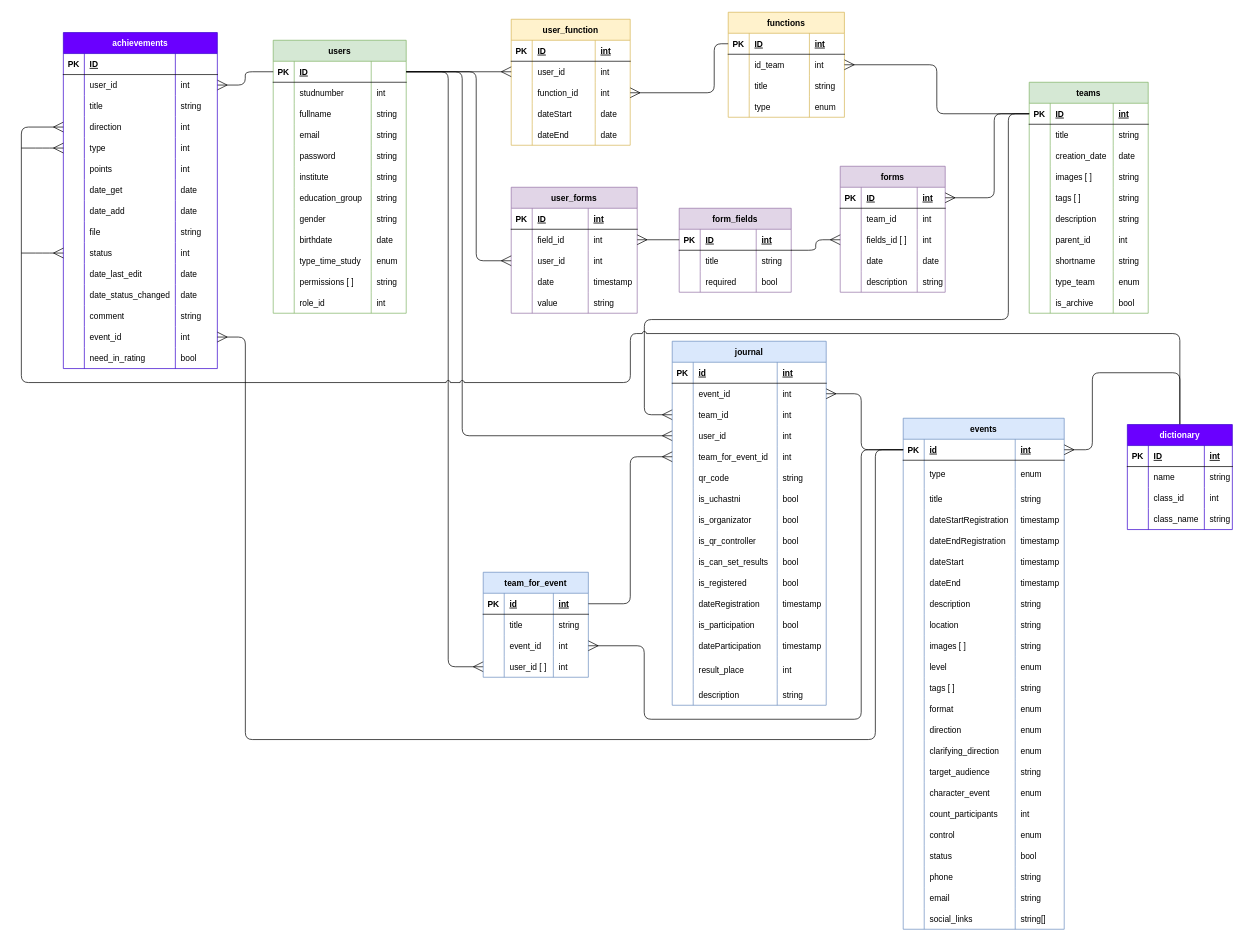
Above: page "Физическая" (2 of 3) of Схема БД.drawio in KomogortsevaYulia/Raiting-Teams-Events (draw.io), before the change. Source tidied: cells renumbered, new cells numbered last; positions are measured from the earlier drawing's top-left corner, leaving out a move shared by most shapes. Both pictures are drawn from the tidied source at 70%, with x=0, y=0 at pixel (21, 12).
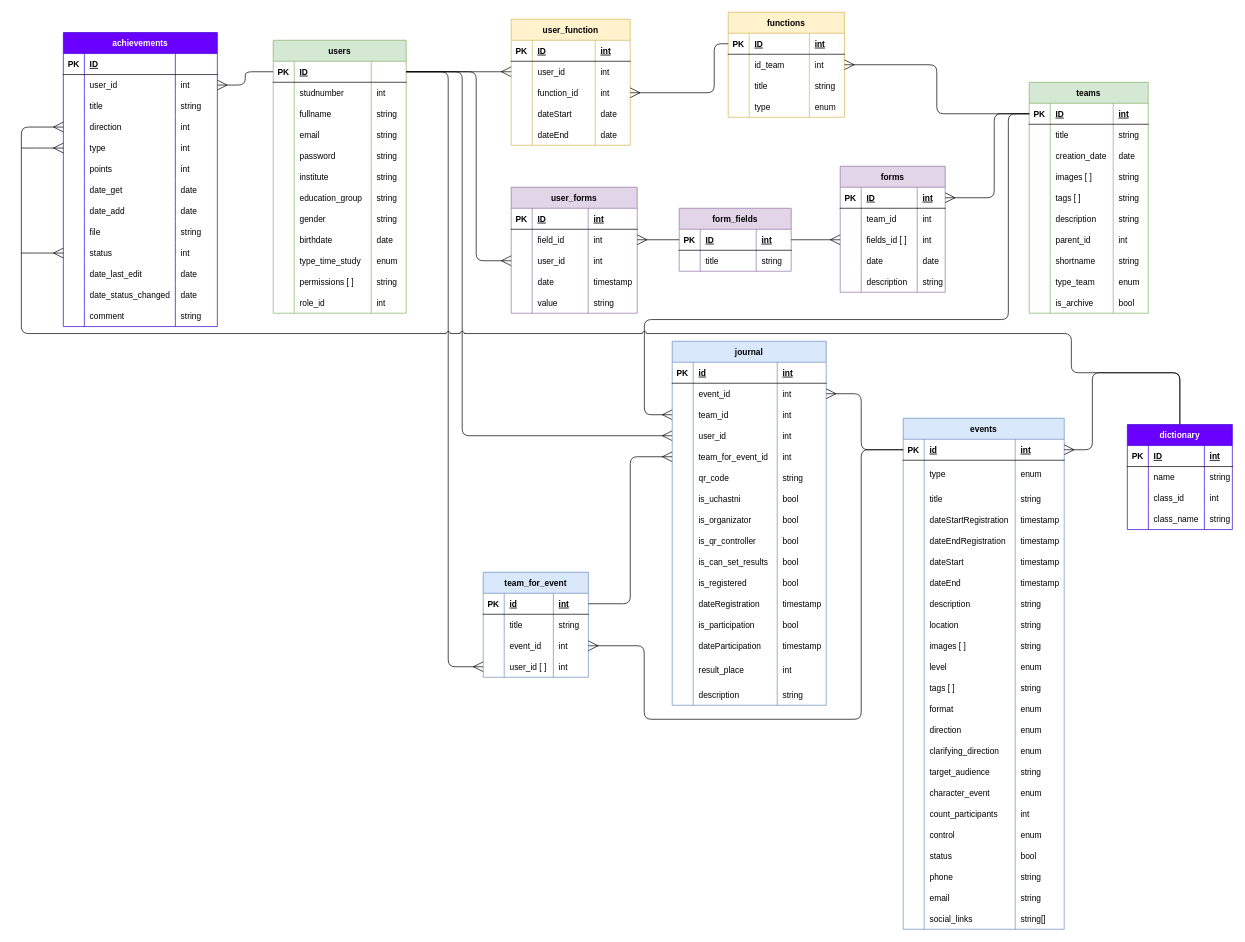
After the change.

The change refers to these unchanged cells:
```xml
<mxCell id="196" style="shape=tableRow;horizontal=0;startSize=0;swimlaneHead=0;swimlaneBody=0;fillColor=none;points=[[0,0.5],[1,0.5]];portConstraint=eastwest;top=0;left=0;right=0;bottom=1;" parent="195" vertex="1">
  <mxGeometry y="30" width="230" height="30" as="geometry" />
</mxCell>
<mxCell id="389" style="shape=tableRow;horizontal=0;startSize=0;swimlaneHead=0;swimlaneBody=0;fillColor=none;points=[[0,0.5],[1,0.5]];portConstraint=eastwest;top=0;left=0;right=0;bottom=0;" parent="376" vertex="1">
  <mxGeometry y="120" width="220" height="30" as="geometry" />
</mxCell>
<mxCell id="439" value="dictionary" style="shape=table;startSize=30;childLayout=tableLayout;rowLines=0;fontStyle=1;align=center;fillColor=#6a00ff;strokeColor=#3700CC;fontColor=#ffffff;" parent="1" vertex="1">
  <mxGeometry x="1580" y="589" width="150" height="150" as="geometry" />
</mxCell>
```

What changed in the source:
```diff
@@
     <mxCell id="133" value="form_fields" style="shape=table;startSize=30;childLayout=tableLayout;rowLines=0;fontStyle=1;align=center;fillColor=#e1d5e7;strokeColor=#9673a6;" parent="1" vertex="1">
-      <mxGeometry x="939.8" y="280" width="160" height="120" as="geometry" />
+      <mxGeometry x="939.8" y="280" width="160" height="90" as="geometry" />
     </mxCell>
@@
-    <mxCell id="142" style="shape=tableRow;horizontal=0;startSize=0;swimlaneHead=0;swimlaneBody=0;fillColor=none;top=0;left=0;right=0;bottom=0;" parent="133" vertex="1">
-      <mxGeometry y="90" width="160" height="30" as="geometry" />
-    </mxCell>
-    <mxCell id="143" style="shape=partialRectangle;fillColor=none;top=0;left=0;bottom=0;right=0;overflow=hidden;" parent="142" vertex="1">
-      <mxGeometry width="30" height="30" as="geometry" />
-    </mxCell>
-    <mxCell id="144" value="required" style="shape=partialRectangle;fillColor=none;top=0;left=0;bottom=0;right=0;align=left;spacingLeft=6;overflow=hidden;" parent="142" vertex="1">
-      <mxGeometry x="30" width="80" height="30" as="geometry" />
-    </mxCell>
-    <mxCell id="145" value="bool" style="shape=partialRectangle;fillColor=none;top=0;left=0;bottom=0;right=0;align=left;spacingLeft=6;overflow=hidden;" parent="142" vertex="1">
-      <mxGeometry x="110" width="50" height="30" as="geometry" />
-    </mxCell>
@@
     <mxCell id="374" style="edgeStyle=orthogonalEdgeStyle;html=1;strokeWidth=1;startArrow=none;startFill=0;endArrow=ERmany;endFill=0;startSize=12;endSize=12;jumpStyle=arc;exitX=0.5;exitY=0;exitDx=0;exitDy=0;entryX=0;entryY=0.5;entryDx=0;entryDy=0;" parent="1" edge="1" source="439" target="389">
       <mxGeometry relative="1" as="geometry">
         <Array as="points">
-          <mxPoint x="1655" y="459" />
-          <mxPoint x="870" y="459" />
-          <mxPoint x="870" y="529" />
-          <mxPoint y="529" />
+          <mxPoint x="1655" y="515" />
+          <mxPoint x="1500" y="515" />
+          <mxPoint x="1500" y="459" />
+          <mxPoint y="459" />
           <mxPoint y="164" />
         </Array>
       </mxGeometry>
     </mxCell>
@@
     <mxCell id="376" value="achievements" style="shape=table;startSize=30;childLayout=tableLayout;rowLines=0;fontStyle=1;align=center;fillColor=#6a00ff;strokeColor=#3700CC;fontColor=#ffffff;" parent="1" vertex="1">
-      <mxGeometry x="60" y="29" width="220" height="480" as="geometry" />
+      <mxGeometry x="60" y="29" width="220" height="420" as="geometry" />
     </mxCell>
@@
-    <mxCell id="429" style="shape=tableRow;horizontal=0;startSize=0;swimlaneHead=0;swimlaneBody=0;fillColor=none;points=[[0,0.5],[1,0.5]];portConstraint=eastwest;top=0;left=0;right=0;bottom=0;" parent="376" vertex="1">
-      <mxGeometry y="420" width="220" height="30" as="geometry" />
-    </mxCell>
-    <mxCell id="430" style="shape=partialRectangle;fillColor=none;top=0;left=0;bottom=0;right=0;overflow=hidden;" parent="429" vertex="1">
-      <mxGeometry width="30" height="30" as="geometry" />
-    </mxCell>
-    <mxCell id="431" value="event_id" style="shape=partialRectangle;fillColor=none;top=0;left=0;bottom=0;right=0;align=left;spacingLeft=6;overflow=hidden;" parent="429" vertex="1">
-      <mxGeometry x="30" width="130" height="30" as="geometry" />
-    </mxCell>
-    <mxCell id="432" value="int" style="shape=partialRectangle;fillColor=none;top=0;left=0;bottom=0;right=0;align=left;spacingLeft=6;overflow=hidden;" parent="429" vertex="1">
-      <mxGeometry x="160" width="60" height="30" as="geometry" />
-    </mxCell>
-    <mxCell id="433" style="shape=tableRow;horizontal=0;startSize=0;swimlaneHead=0;swimlaneBody=0;fillColor=none;top=0;left=0;right=0;bottom=0;" parent="376" vertex="1">
-      <mxGeometry y="450" width="220" height="30" as="geometry" />
-    </mxCell>
-    <mxCell id="434" style="shape=partialRectangle;fillColor=none;top=0;left=0;bottom=0;right=0;overflow=hidden;" parent="433" vertex="1">
-      <mxGeometry width="30" height="30" as="geometry" />
-    </mxCell>
-    <mxCell id="435" value="need_in_rating" style="shape=partialRectangle;fillColor=none;top=0;left=0;bottom=0;right=0;align=left;spacingLeft=6;overflow=hidden;" parent="433" vertex="1">
-      <mxGeometry x="30" width="130" height="30" as="geometry" />
-    </mxCell>
-    <mxCell id="436" value="bool" style="shape=partialRectangle;fillColor=none;top=0;left=0;bottom=0;right=0;align=left;spacingLeft=6;overflow=hidden;" parent="433" vertex="1">
-      <mxGeometry x="160" width="60" height="30" as="geometry" />
-    </mxCell>
@@
-    <mxCell id="456" style="edgeStyle=orthogonalEdgeStyle;html=1;strokeWidth=1;startArrow=none;startFill=0;endArrow=ERmany;endFill=0;startSize=12;endSize=12;entryX=1;entryY=0.5;entryDx=0;entryDy=0;exitX=0;exitY=0.5;exitDx=0;exitDy=0;" parent="1" edge="1" source="196" target="429">
-      <mxGeometry relative="1" as="geometry">
-        <Array as="points">
-          <mxPoint x="1220" y="625" />
-          <mxPoint x="1220" y="1039" />
-          <mxPoint x="320" y="1039" />
-          <mxPoint x="320" y="464" />
-        </Array>
-      </mxGeometry>
-    </mxCell>
```
